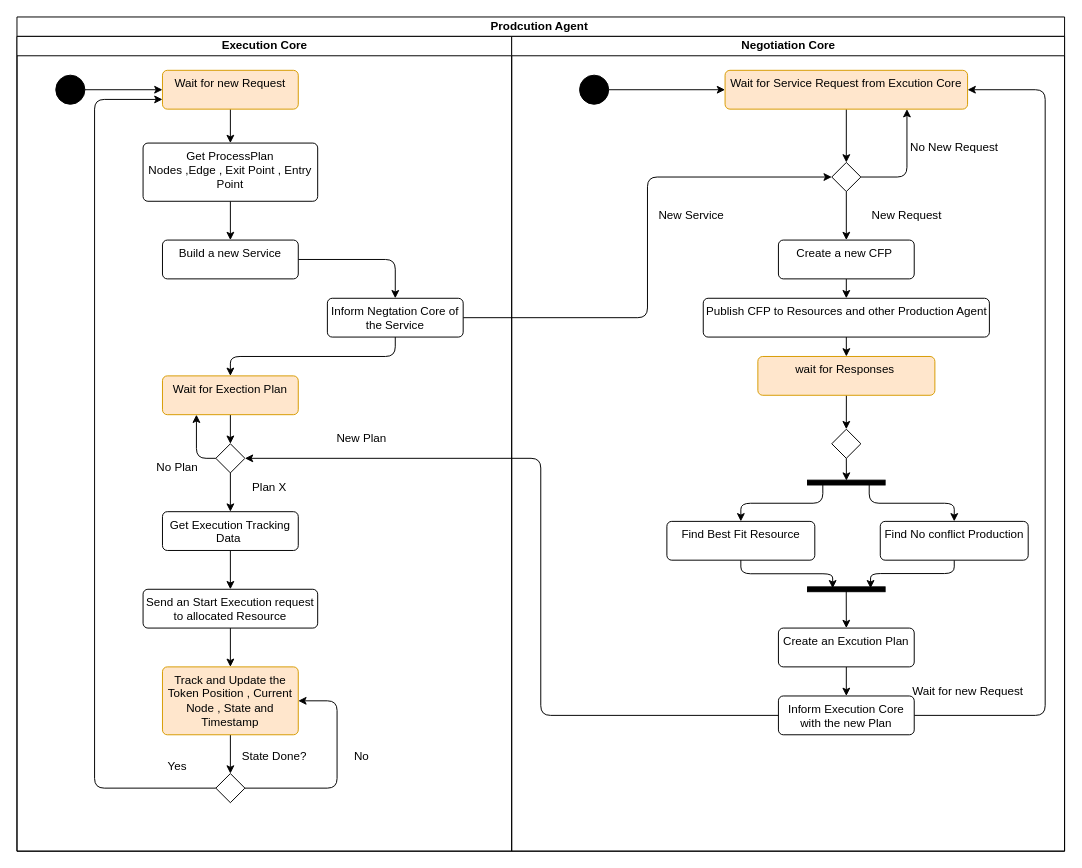
Before: Documents/UML/StateMachine/PA_SM.drawio in aialmohamed/Type3AAS, a draw.io diagram. Source tidied: cells renumbered, new cells numbered last; positions are measured from the earlier drawing's top-left corner, leaving out a move shared by most shapes. Both pictures are drawn from the tidied source at 97%, with x=0, y=0 at pixel (16, 16).
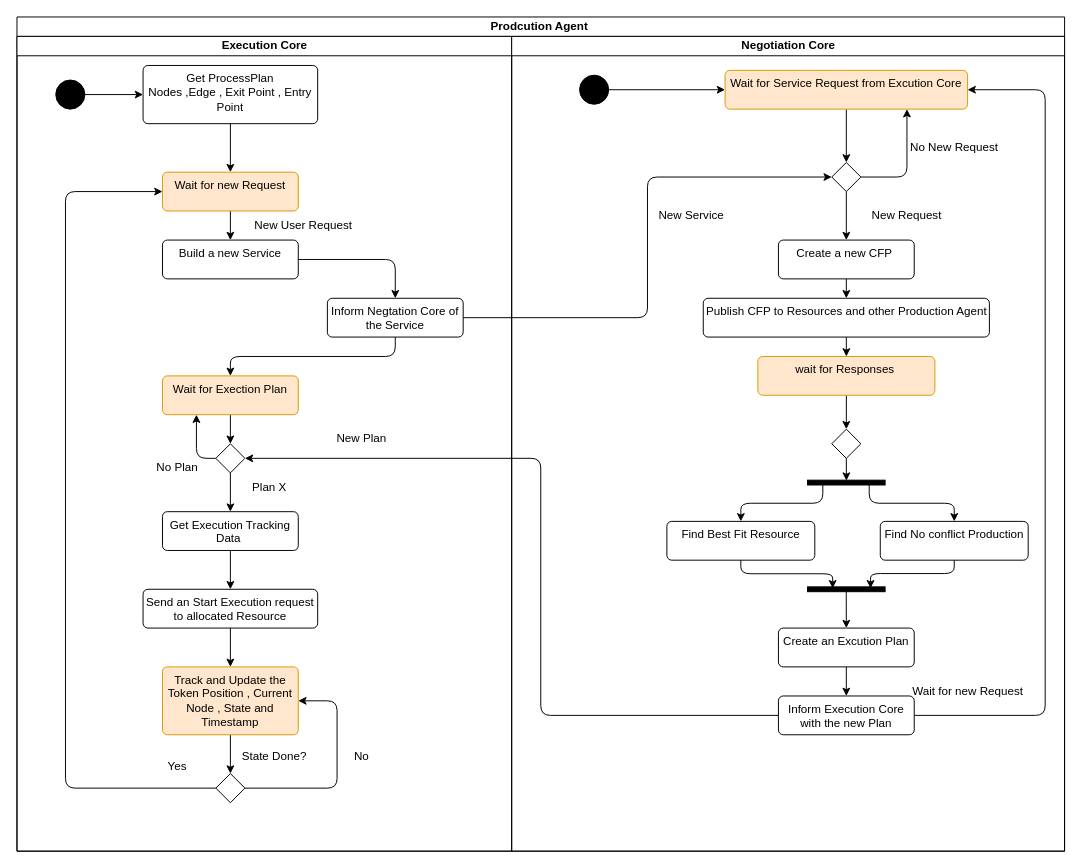
The same diagram, later.

The change refers to these unchanged cells:
```xml
<mxCell id="4" value="&lt;span style=&quot;color: rgb(0, 0, 0);&quot;&gt;Execution Core&lt;/span&gt;" style="swimlane;startSize=20;html=1;" parent="2" vertex="1">
  <mxGeometry y="20" width="510" height="840" as="geometry" />
</mxCell>
<mxCell id="13" value="Build a new Service" style="html=1;align=center;verticalAlign=top;rounded=1;absoluteArcSize=1;arcSize=10;dashed=0;whiteSpace=wrap;" parent="4" vertex="1">
  <mxGeometry x="150" y="210" width="140" height="40" as="geometry" />
</mxCell>
<mxCell id="29" style="rhombus;" parent="4" vertex="1">
  <mxGeometry x="205" y="760" width="30" height="30" as="geometry" />
</mxCell>
```

Diff of the diagram source:
```diff
@@
-    <mxCell id="5" style="edgeStyle=none;html=1;exitX=1;exitY=0.5;exitDx=0;exitDy=0;entryX=0;entryY=0.5;entryDx=0;entryDy=0;" parent="4" edge="1" source="6">
-      <mxGeometry relative="1" as="geometry">
-        <mxPoint x="150" y="55" as="targetPoint" />
-      </mxGeometry>
-    </mxCell>
+    <mxCell id="69" style="edgeStyle=none;html=1;exitX=1;exitY=0.5;exitDx=0;exitDy=0;entryX=0;entryY=0.5;entryDx=0;entryDy=0;" parent="4" edge="1" source="6" target="9">
+      <mxGeometry relative="1" as="geometry" />
+    </mxCell>
     <mxCell id="6" style="ellipse;fillColor=strokeColor;html=1;" parent="4" vertex="1">
-      <mxGeometry x="40" y="40" width="30" height="30" as="geometry" />
+      <mxGeometry x="40" y="45" width="30" height="30" as="geometry" />
     </mxCell>
-    <mxCell id="7" style="edgeStyle=none;html=1;exitX=0.5;exitY=1;exitDx=0;exitDy=0;" parent="4" edge="1" target="9">
-      <mxGeometry relative="1" as="geometry">
-        <mxPoint x="220" y="75" as="sourcePoint" />
-      </mxGeometry>
-    </mxCell>
-    <mxCell id="8" style="edgeStyle=none;html=1;exitX=0.5;exitY=1;exitDx=0;exitDy=0;entryX=0.5;entryY=0;entryDx=0;entryDy=0;" parent="4" edge="1" source="9" target="13">
-      <mxGeometry relative="1" as="geometry" />
-    </mxCell>
+    <mxCell id="70" style="edgeStyle=none;html=1;exitX=0.5;exitY=1;exitDx=0;exitDy=0;entryX=0.5;entryY=0;entryDx=0;entryDy=0;" parent="4" edge="1" source="9" target="67">
+      <mxGeometry relative="1" as="geometry" />
+    </mxCell>
     <mxCell id="9" value="Get ProcessPlan&lt;br&gt;Nodes ,Edge , Exit Point , Entry Point" style="html=1;align=center;verticalAlign=top;rounded=1;absoluteArcSize=1;arcSize=10;dashed=0;whiteSpace=wrap;" parent="4" vertex="1">
-      <mxGeometry x="130" y="110" width="180" height="60" as="geometry" />
+      <mxGeometry x="130" y="30" width="180" height="60" as="geometry" />
     </mxCell>
@@
+    <mxCell id="68" style="edgeStyle=orthogonalEdgeStyle;html=1;exitX=0;exitY=0.5;exitDx=0;exitDy=0;entryX=0;entryY=0.5;entryDx=0;entryDy=0;" parent="4" edge="1" source="29" target="67">
+      <mxGeometry relative="1" as="geometry">
+        <Array as="points">
+          <mxPoint x="50" y="775" />
+          <mxPoint x="50" y="160" />
+        </Array>
+      </mxGeometry>
+    </mxCell>
@@
+    <mxCell id="71" style="edgeStyle=none;html=1;exitX=0.5;exitY=1;exitDx=0;exitDy=0;entryX=0.5;entryY=0;entryDx=0;entryDy=0;" parent="4" edge="1" source="67" target="13">
+      <mxGeometry relative="1" as="geometry" />
+    </mxCell>
+    <mxCell id="67" value="Wait for new Request" style="html=1;align=center;verticalAlign=top;rounded=1;absoluteArcSize=1;arcSize=10;dashed=0;whiteSpace=wrap;fillColor=#ffe6cc;strokeColor=#d79b00;" parent="4" vertex="1">
+      <mxGeometry x="150" y="140" width="140" height="40" as="geometry" />
+    </mxCell>
+    <mxCell id="72" value="New User Request" style="text;html=1;align=center;verticalAlign=middle;strokeColor=none;fillColor=none;" parent="4" vertex="1">
+      <mxGeometry x="235" y="180" width="120" height="30" as="geometry" />
+    </mxCell>
@@
-    <mxCell id="67" value="Wait for new Request" style="html=1;align=center;verticalAlign=top;rounded=1;absoluteArcSize=1;arcSize=10;dashed=0;whiteSpace=wrap;fillColor=#ffe6cc;strokeColor=#d79b00;" parent="1" vertex="1">
-      <mxGeometry x="150" y="55" width="140" height="40" as="geometry" />
-    </mxCell>
-    <mxCell id="68" style="edgeStyle=orthogonalEdgeStyle;html=1;exitX=0;exitY=0.5;exitDx=0;exitDy=0;entryX=0;entryY=0.75;entryDx=0;entryDy=0;" parent="1" edge="1" source="29" target="67">
-      <mxGeometry relative="1" as="geometry">
-        <Array as="points">
-          <mxPoint x="80" y="795" />
-          <mxPoint x="80" y="85" />
-        </Array>
-      </mxGeometry>
-    </mxCell>
```
